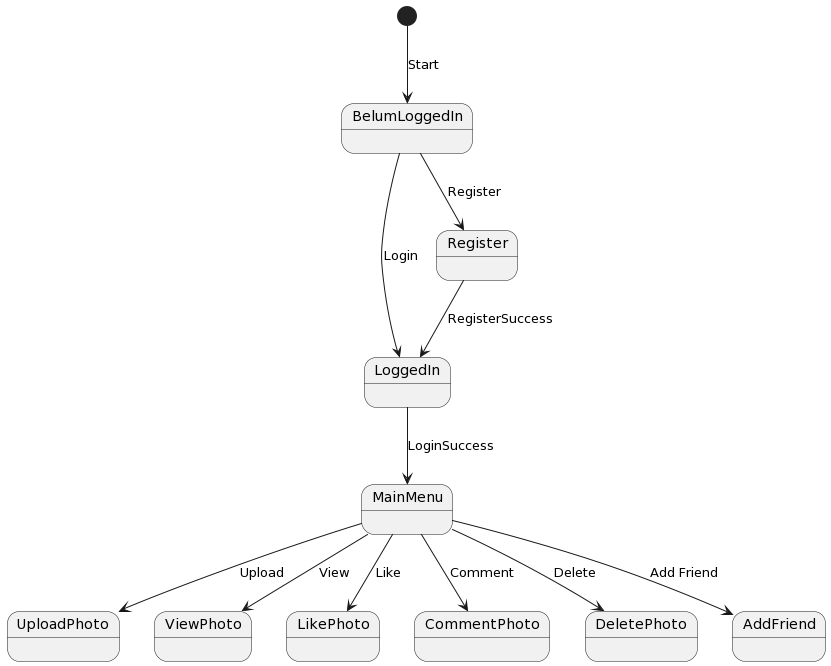
This is Rancangan Aplikasi/State Diagram web galeri.png from Jiyisss/UJIKOM_AzizGhifariAlfath, a PlantUML export, as it was before one commit. Source of this version:
```plantuml
@startuml
[*] --> BelumLoggedIn: Start

BelumLoggedIn --> LoggedIn: Login
BelumLoggedIn --> Register: Register

Register --> LoggedIn: RegisterSuccess

LoggedIn --> MainMenu: LoginSuccess
MainMenu --> UploadPhoto: Upload
MainMenu --> ViewPhoto: View
MainMenu --> LikePhoto: Like
MainMenu --> CommentPhoto: Comment
MainMenu --> DeletePhoto: Delete
MainMenu --> AddFriend: Add Friend
@enduml
```
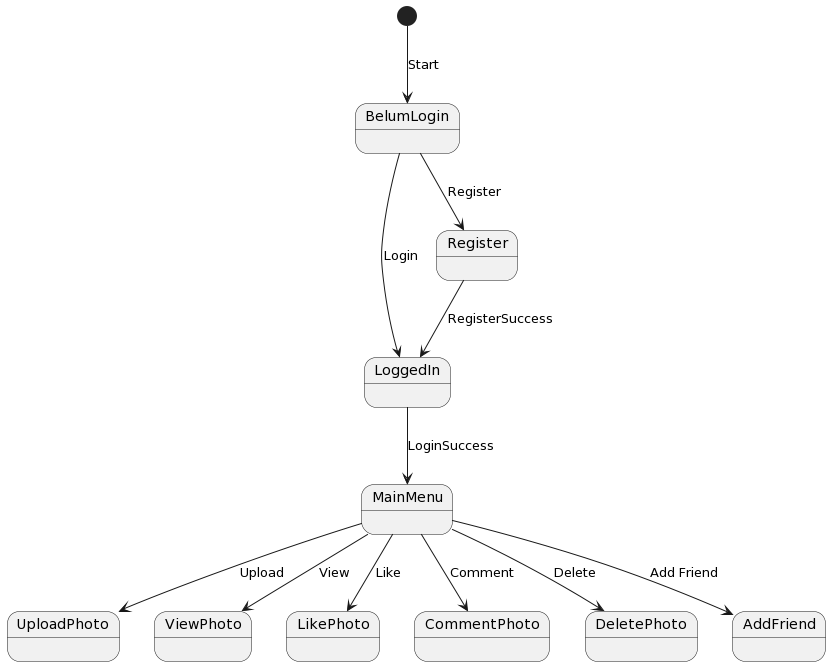
Above is the later version.

Change to the diagram source:
```diff
@@ -1,8 +1,8 @@
 @startuml
-[*] --> BelumLoggedIn: Start
+[*] --> BelumLogin: Start
 
-BelumLoggedIn --> LoggedIn: Login
-BelumLoggedIn --> Register: Register
+BelumLogin --> LoggedIn: Login
+BelumLogin --> Register: Register
 
 Register --> LoggedIn: RegisterSuccess
 
```
